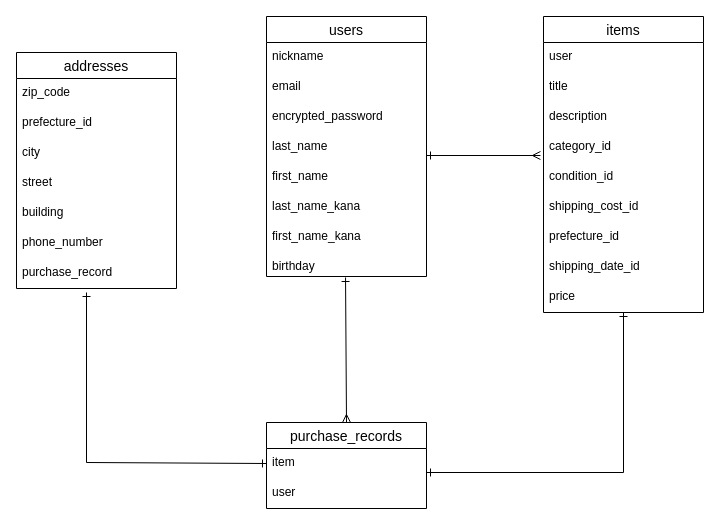
Before: database.dio in shigekiy/furima-40847, a draw.io diagram. Source tidied: cells renumbered, new cells numbered last; positions are measured from the earlier drawing's top-left corner, leaving out a move shared by most shapes. Both pictures are drawn from the tidied source at 100%, with x=0, y=0 at pixel (16, 16).
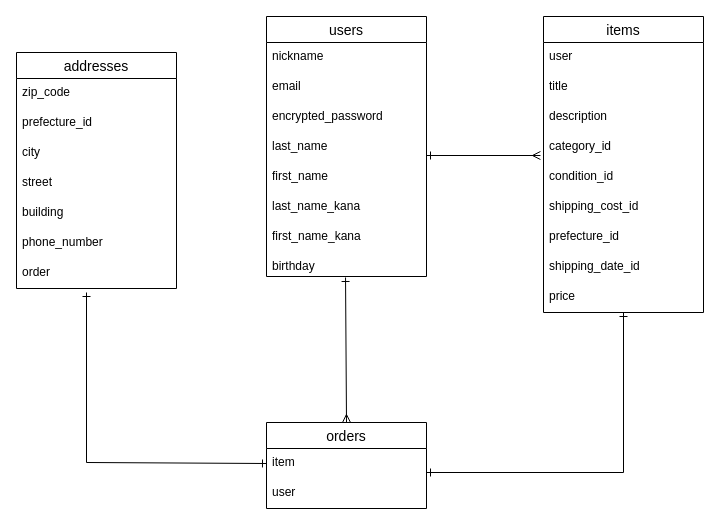
After the change.

Unchanged cells that the change refers to:
```xml
<mxCell id="24" value="addresses" style="swimlane;fontStyle=0;horizontal=1;startSize=26;align=center;fontSize=14;" parent="1" vertex="1">
  <mxGeometry y="36" width="160" height="236" as="geometry" />
</mxCell>
```

The edit, as a diff of the source:
```diff
@@
-    <mxCell id="21" value="purchase_records" style="swimlane;fontStyle=0;horizontal=1;startSize=26;align=center;fontSize=14;" parent="1" vertex="1">
+    <mxCell id="21" value="orders" style="swimlane;fontStyle=0;horizontal=1;startSize=26;align=center;fontSize=14;" parent="1" vertex="1">
       <mxGeometry x="250" y="406" width="160" height="86" as="geometry" />
     </mxCell>
@@
-    <mxCell id="31" value="purchase_record" style="text;strokeColor=none;fillColor=none;spacingLeft=4;spacingRight=4;overflow=hidden;fontSize=12;strokeWidth=0;" parent="24" vertex="1">
+    <mxCell id="31" value="order" style="text;strokeColor=none;fillColor=none;spacingLeft=4;spacingRight=4;overflow=hidden;fontSize=12;strokeWidth=0;" parent="24" vertex="1">
       <mxGeometry y="206" width="160" height="30" as="geometry" />
     </mxCell>
```
